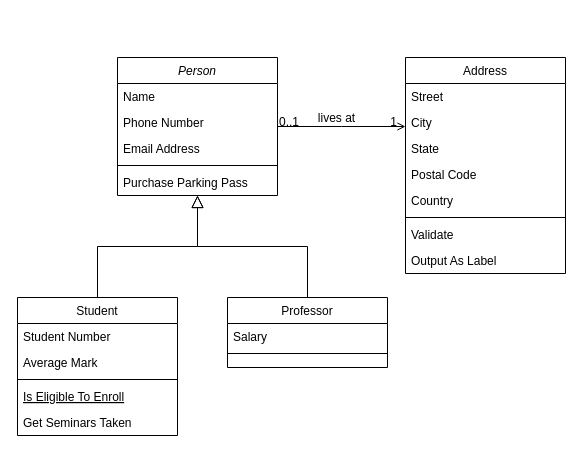
Before: MovieManager.drawio in napoledan/napoledan, a draw.io diagram. Source tidied: cells renumbered, new cells numbered last; positions are measured from the earlier drawing's top-left corner, leaving out a move shared by most shapes. Both pictures are drawn from the tidied source at 100%, with x=0, y=0 at pixel (17, 57).
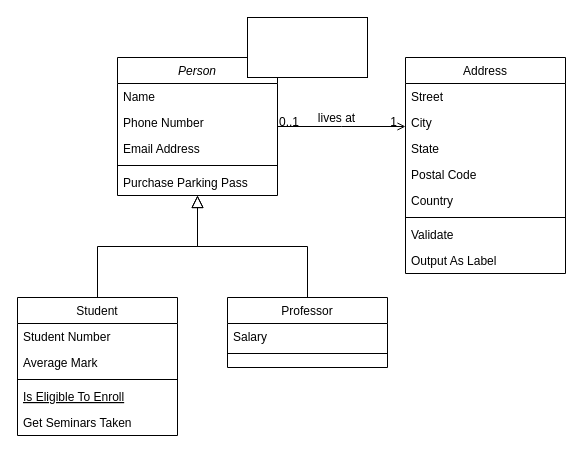
The same diagram, later.

Diff of the diagram source:
```diff
@@
+    <mxCell id="32" style="whiteSpace=wrap;html=1;" parent="1" vertex="1">
+      <mxGeometry x="230" y="-40" width="120" height="60" as="geometry" />
+    </mxCell>
```
